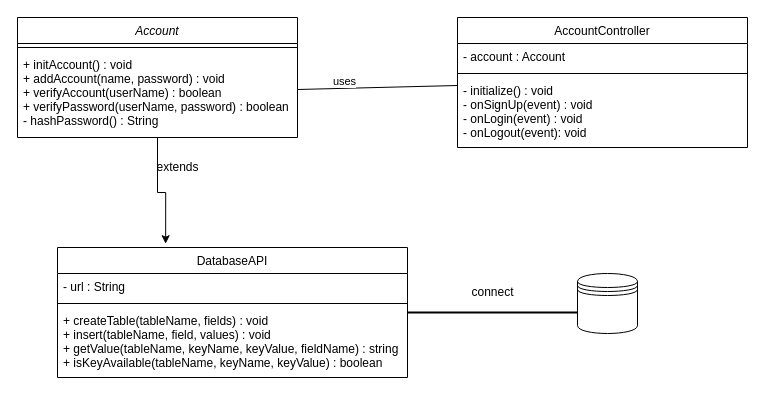
The draw.io diagram UML_AronAuthent.drawio in aronherbel/Kleinprojekt_M183, before the edit. Source tidied: cells renumbered, new cells numbered last; positions are measured from the earlier drawing's top-left corner, leaving out a move shared by most shapes. Both pictures are drawn from the tidied source at 100%, with x=0, y=0 at pixel (17, 17).
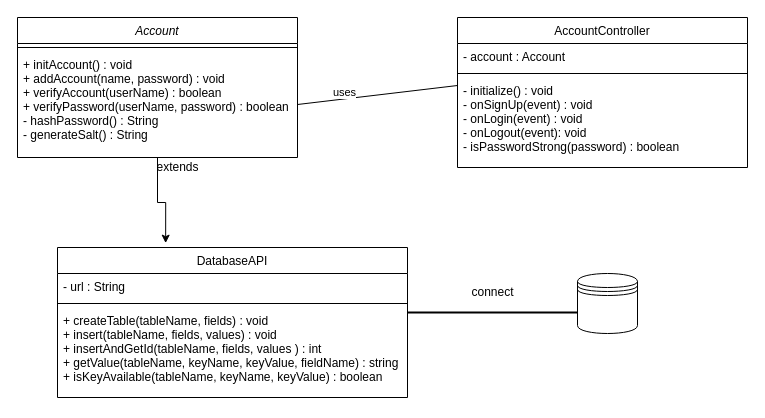
The same page after the edit.

Commit message (it also covers changes not shown here):
M3, Signup, Password Validation, Login with Verification

The edit, as a diff of the source:
```diff
@@
     <mxCell id="3" value="Account" style="swimlane;fontStyle=2;align=center;verticalAlign=top;horizontal=1;startSize=26;rounded=0;shadow=0;strokeWidth=1;" parent="1" vertex="1">
-      <mxGeometry width="280" height="120" as="geometry" />
+      <mxGeometry width="280" height="140" as="geometry" />
     </mxCell>
@@
-    <mxCell id="5" value="+ initAccount() : void&#10;+ addAccount(name, password) : void&#10;+ verifyAccount(userName) : boolean&#10;+ verifyPassword(userName, password) : boolean&#10;- hashPassword() : String&#10;" style="text;align=left;verticalAlign=top;spacingLeft=4;spacingRight=4;overflow=hidden;points=[[0,0.5],[1,0.5]];portConstraint=eastwest;" parent="3" vertex="1">
-      <mxGeometry y="34" width="280" height="76" as="geometry" />
+    <mxCell id="5" value="+ initAccount() : void&#10;+ addAccount(name, password) : void&#10;+ verifyAccount(userName) : boolean&#10;+ verifyPassword(userName, password) : boolean&#10;- hashPassword() : String&#10;- generateSalt() : String&#10;&#10;" style="text;align=left;verticalAlign=top;spacingLeft=4;spacingRight=4;overflow=hidden;points=[[0,0.5],[1,0.5]];portConstraint=eastwest;" parent="3" vertex="1">
+      <mxGeometry y="34" width="280" height="106" as="geometry" />
     </mxCell>
     <mxCell id="6" value="AccountController" style="swimlane;fontStyle=0;align=center;verticalAlign=top;horizontal=1;startSize=26;rounded=0;shadow=0;strokeWidth=1;" parent="1" vertex="1">
-      <mxGeometry x="440" width="290" height="130" as="geometry" />
+      <mxGeometry x="440" width="290" height="150" as="geometry" />
     </mxCell>
@@
-    <mxCell id="9" value="- initialize() : void&#10;- onSignUp(event) : void&#10;- onLogin(event) : void&#10;- onLogout(event): void&#10;" style="text;align=left;verticalAlign=top;spacingLeft=4;spacingRight=4;overflow=hidden;" parent="6" vertex="1">
-      <mxGeometry y="60" width="290" height="68" as="geometry" />
+    <mxCell id="9" value="- initialize() : void&#10;- onSignUp(event) : void&#10;- onLogin(event) : void&#10;- onLogout(event): void&#10;- isPasswordStrong(password) : boolean&#10;" style="text;align=left;verticalAlign=top;spacingLeft=4;spacingRight=4;overflow=hidden;" parent="6" vertex="1">
+      <mxGeometry y="60" width="290" height="90" as="geometry" />
     </mxCell>
     <mxCell id="10" value="DatabaseAPI" style="swimlane;fontStyle=0;align=center;verticalAlign=top;horizontal=1;startSize=26;rounded=0;shadow=0;strokeWidth=1;" parent="1" vertex="1">
-      <mxGeometry x="40" y="230" width="350" height="130" as="geometry" />
+      <mxGeometry x="40" y="230" width="350" height="150" as="geometry" />
     </mxCell>
@@
-    <mxCell id="13" value="+ createTable(tableName, fields) : void&#10;+ insert(tableName, field, values) : void&#10;+ getValue(tableName, keyName, keyValue, fieldName) : string&#10;+ isKeyAvailable(tableName, keyName, keyValue) : boolean&#10;" style="text;align=left;verticalAlign=top;spacingLeft=4;spacingRight=4;overflow=hidden;" parent="10" vertex="1">
-      <mxGeometry y="60" width="350" height="68" as="geometry" />
+    <mxCell id="13" value="+ createTable(tableName, fields) : void&#10;+ insert(tableName, fields, values) : void&#10;+ insertAndGetId(tableName, fields, values ) : int&#10;+ getValue(tableName, keyName, keyValue, fieldName) : string&#10;+ isKeyAvailable(tableName, keyName, keyValue) : boolean&#10;&#10;" style="text;align=left;verticalAlign=top;spacingLeft=4;spacingRight=4;overflow=hidden;" parent="10" vertex="1">
+      <mxGeometry y="60" width="350" height="90" as="geometry" />
     </mxCell>
```
